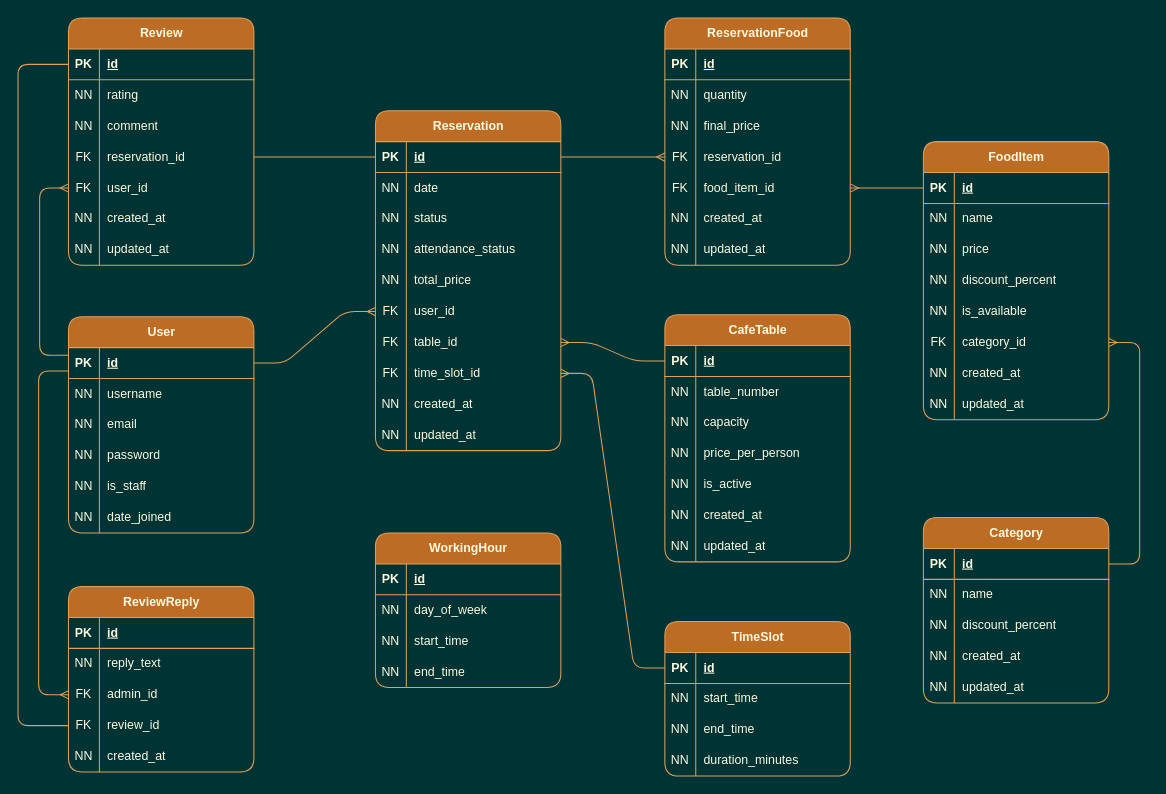
Before: ERD.drawio in SobhanFatemi/online-cafe-reservation-system, a draw.io diagram. Source tidied: cells renumbered, new cells numbered last; positions are measured from the earlier drawing's top-left corner, leaving out a move shared by most shapes. Both pictures are drawn from the tidied source at 103%, with x=0, y=0 at pixel (18, 18).
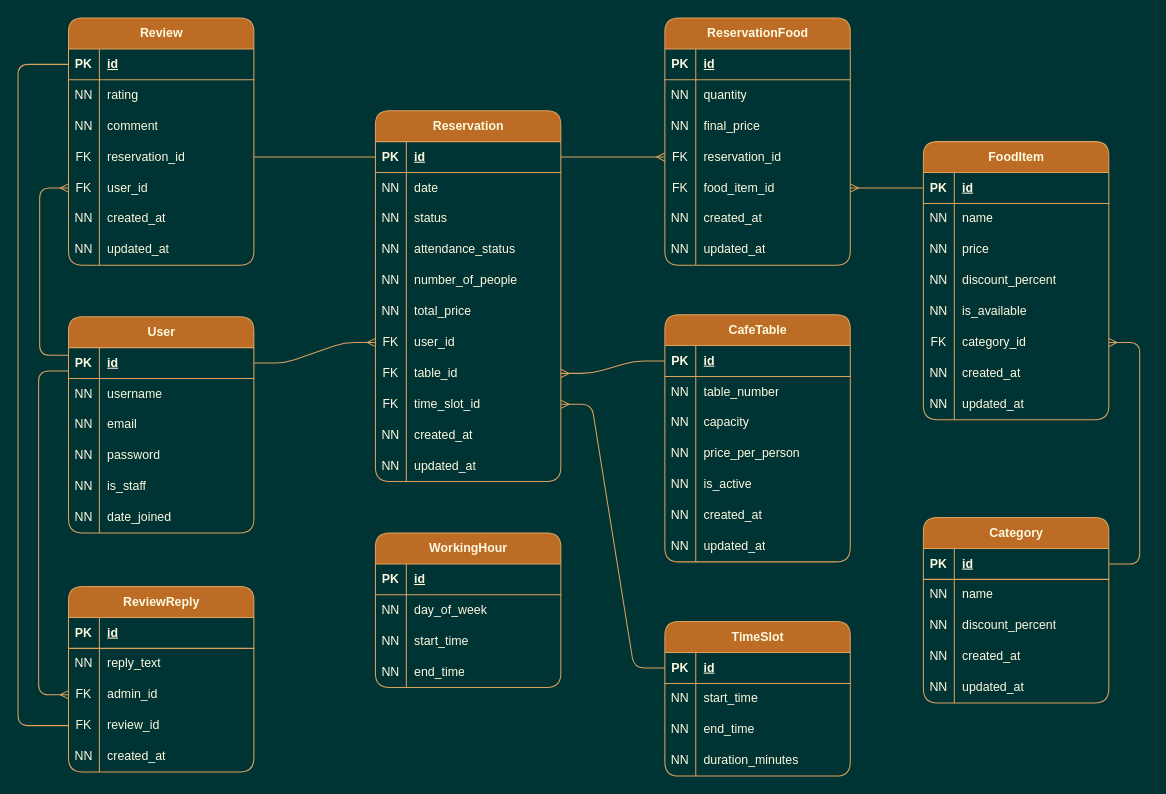
Above is the later version.

The edit, as a diff of the source:
```diff
@@
     <mxCell id="110" value="Reservation" style="shape=table;startSize=30;childLayout=tableLayout;rowLines=0;fontStyle=1;align=center;html=1;fillColor=#BC6C25;fontColor=#FEFAE0;strokeColor=#DDA15E;labelBackgroundColor=none;rounded=1;" parent="1" vertex="1">
-      <mxGeometry x="347" y="90" width="180" height="330" as="geometry" />
+      <mxGeometry x="347" y="90" width="180" height="360" as="geometry" />
     </mxCell>
@@
+    <mxCell id="211" style="shape=tableRow;horizontal=0;startSize=0;swimlaneHead=0;swimlaneBody=0;fillColor=none;top=0;left=0;right=0;bottom=0;labelBackgroundColor=none;strokeColor=#DDA15E;fontColor=#FEFAE0;rounded=1;" parent="110" vertex="1">
+      <mxGeometry y="150" width="180" height="30" as="geometry" />
+    </mxCell>
+    <mxCell id="212" value="NN" style="shape=partialRectangle;fillColor=none;top=0;left=0;bottom=0;right=0;overflow=hidden;whiteSpace=wrap;html=1;labelBackgroundColor=none;strokeColor=#DDA15E;fontColor=#FEFAE0;rounded=1;" parent="211" vertex="1">
+      <mxGeometry width="30" height="30" as="geometry" />
+    </mxCell>
+    <mxCell id="213" value="number_of_people" style="shape=partialRectangle;fillColor=none;top=0;left=0;bottom=0;right=0;align=left;spacingLeft=6;overflow=hidden;whiteSpace=wrap;html=1;labelBackgroundColor=none;strokeColor=#DDA15E;fontColor=#FEFAE0;rounded=1;" parent="211" vertex="1">
+      <mxGeometry x="30" width="150" height="30" as="geometry" />
+    </mxCell>
     <mxCell id="123" style="shape=tableRow;horizontal=0;startSize=0;swimlaneHead=0;swimlaneBody=0;fillColor=none;top=0;left=0;right=0;bottom=0;labelBackgroundColor=none;strokeColor=#DDA15E;fontColor=#FEFAE0;rounded=1;" parent="110" vertex="1">
-      <mxGeometry y="150" width="180" height="30" as="geometry" />
+      <mxGeometry y="180" width="180" height="30" as="geometry" />
     </mxCell>
@@
     <mxCell id="126" style="shape=tableRow;horizontal=0;startSize=0;swimlaneHead=0;swimlaneBody=0;fillColor=none;points=[[0,0.5],[1,0.5]];portConstraint=eastwest;top=0;left=0;right=0;bottom=0;labelBackgroundColor=none;strokeColor=#DDA15E;fontColor=#FEFAE0;rounded=1;" parent="110" vertex="1">
-      <mxGeometry y="180" width="180" height="30" as="geometry" />
+      <mxGeometry y="210" width="180" height="30" as="geometry" />
     </mxCell>
@@
     <mxCell id="129" style="shape=tableRow;horizontal=0;startSize=0;swimlaneHead=0;swimlaneBody=0;fillColor=none;points=[[0,0.5],[1,0.5]];portConstraint=eastwest;top=0;left=0;right=0;bottom=0;labelBackgroundColor=none;strokeColor=#DDA15E;fontColor=#FEFAE0;rounded=1;" parent="110" vertex="1">
-      <mxGeometry y="210" width="180" height="30" as="geometry" />
+      <mxGeometry y="240" width="180" height="30" as="geometry" />
     </mxCell>
@@
     <mxCell id="132" style="shape=tableRow;horizontal=0;startSize=0;swimlaneHead=0;swimlaneBody=0;fillColor=none;points=[[0,0.5],[1,0.5]];portConstraint=eastwest;top=0;left=0;right=0;bottom=0;labelBackgroundColor=none;strokeColor=#DDA15E;fontColor=#FEFAE0;rounded=1;" parent="110" vertex="1">
-      <mxGeometry y="240" width="180" height="30" as="geometry" />
+      <mxGeometry y="270" width="180" height="30" as="geometry" />
     </mxCell>
@@
     <mxCell id="135" style="shape=tableRow;horizontal=0;startSize=0;swimlaneHead=0;swimlaneBody=0;fillColor=none;top=0;left=0;right=0;bottom=0;labelBackgroundColor=none;strokeColor=#DDA15E;fontColor=#FEFAE0;rounded=1;" parent="110" vertex="1">
-      <mxGeometry y="270" width="180" height="30" as="geometry" />
+      <mxGeometry y="300" width="180" height="30" as="geometry" />
     </mxCell>
@@
     <mxCell id="138" style="shape=tableRow;horizontal=0;startSize=0;swimlaneHead=0;swimlaneBody=0;fillColor=none;top=0;left=0;right=0;bottom=0;labelBackgroundColor=none;strokeColor=#DDA15E;fontColor=#FEFAE0;rounded=1;" parent="110" vertex="1">
-      <mxGeometry y="300" width="180" height="30" as="geometry" />
+      <mxGeometry y="330" width="180" height="30" as="geometry" />
     </mxCell>
```
